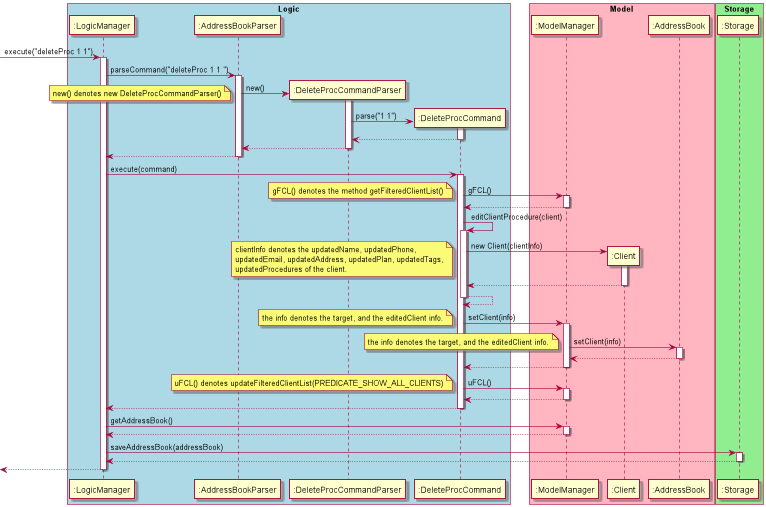
robinrojh/tp keeps this PlantUML diagram as docs/images/DeleteProcSequenceDiagram.png. Above is the earlier version.
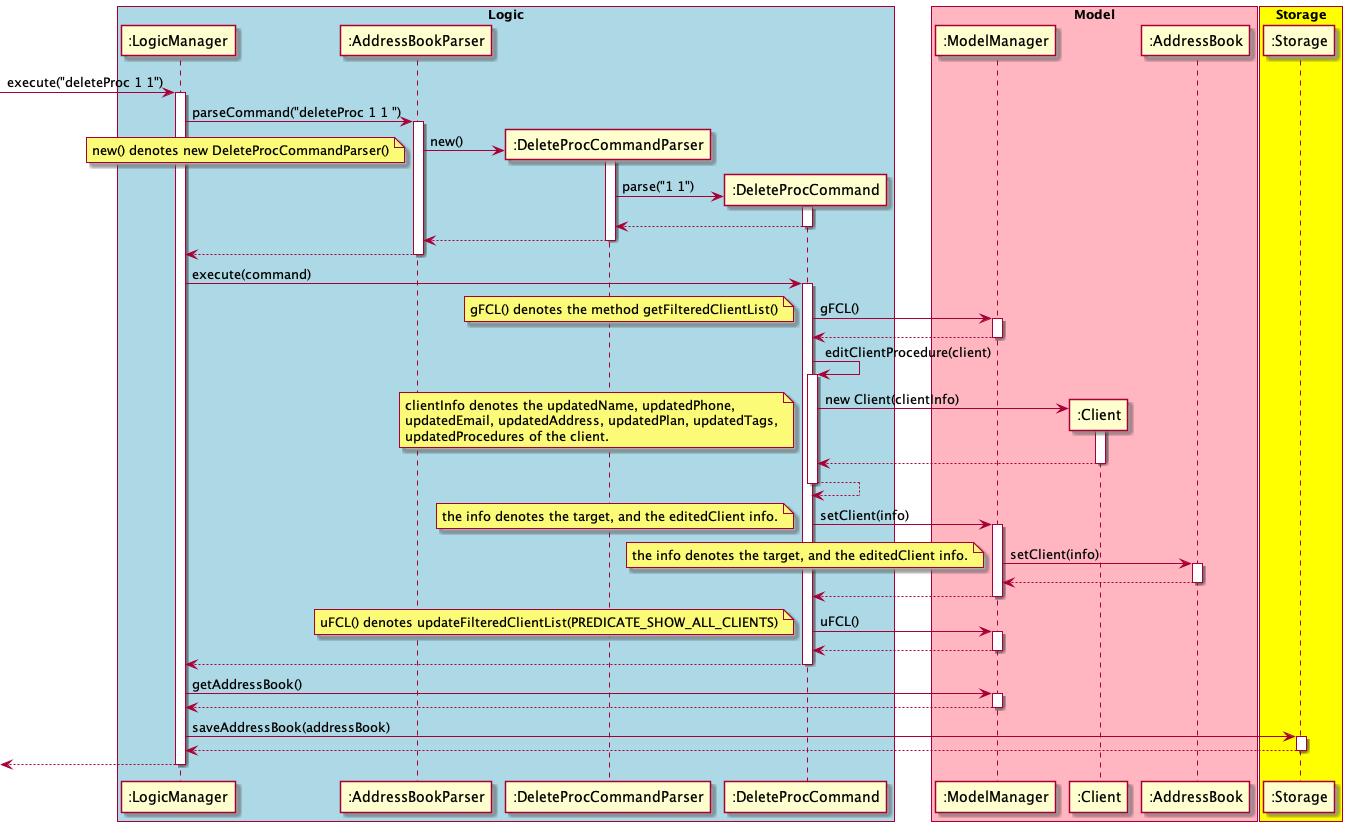
Later version of the same file.

Diff of the diagram source:
```diff
@@ -25,7 +25,7 @@
 deactivate ":AddressBookParser"
 endbox
 
-box "Model" #LightPink
+box "Model" #lightPink
 ":LogicManager" -> ":DeleteProcCommand" : execute(command)
 activate ":DeleteProcCommand"
 ":DeleteProcCommand" -> ":ModelManager" : gFCL()
@@ -66,7 +66,7 @@
 deactivate ":ModelManager"
 endbox
 
-box "Storage" #LightGreen
+box "Storage" #Yellow
 ":DeleteProcCommand" -> ":ModelManager" : uFCL()
 activate ":ModelManager"
 note left
```
